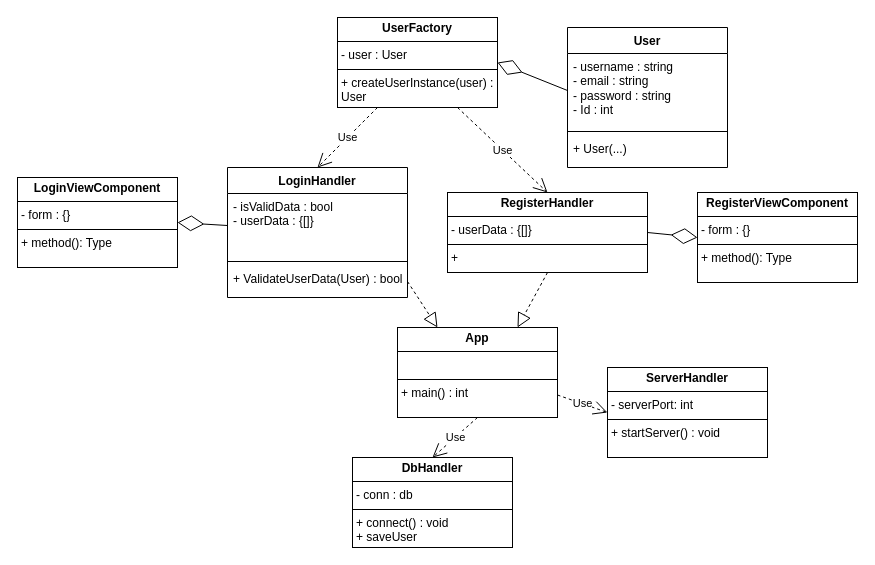
This is diagrams/app.dio from RamadoriVladimir/isft151-pp3-, a draw.io file, before an edit. Source tidied: cells renumbered, new cells numbered last; positions are measured from the earlier drawing's top-left corner, leaving out a move shared by most shapes. Both pictures are drawn from the tidied source at 100%, with x=0, y=0 at pixel (17, 17).
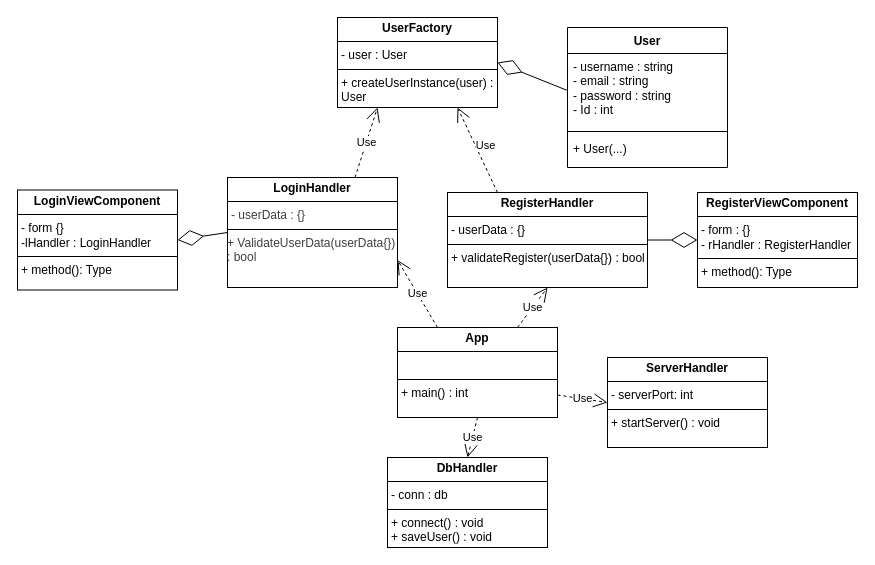
Above is the later version.

Unchanged cells that the change refers to:
```xml
<mxCell id="9" value="&lt;p style=&quot;margin:0px;margin-top:4px;text-align:center;&quot;&gt;&lt;b&gt;App&lt;/b&gt;&lt;/p&gt;&lt;hr size=&quot;1&quot; style=&quot;border-style:solid;&quot;&gt;&lt;p style=&quot;margin:0px;margin-left:4px;&quot;&gt;&lt;br&gt;&lt;/p&gt;&lt;hr size=&quot;1&quot; style=&quot;border-style:solid;&quot;&gt;&lt;p style=&quot;margin:0px;margin-left:4px;&quot;&gt;+ main() : int&lt;span style=&quot;white-space: pre;&quot;&gt;&#9;&lt;/span&gt;&lt;/p&gt;" style="verticalAlign=top;align=left;overflow=fill;html=1;whiteSpace=wrap;" parent="1" vertex="1">
  <mxGeometry x="380" y="310" width="160" height="90" as="geometry" />
</mxCell>
<mxCell id="14" value="&lt;p style=&quot;margin:0px;margin-top:4px;text-align:center;&quot;&gt;&lt;b&gt;UserFactory&lt;/b&gt;&lt;/p&gt;&lt;hr size=&quot;1&quot; style=&quot;border-style:solid;&quot;&gt;&lt;p style=&quot;margin:0px;margin-left:4px;&quot;&gt;- user : User&lt;/p&gt;&lt;hr size=&quot;1&quot; style=&quot;border-style:solid;&quot;&gt;&lt;p style=&quot;margin:0px;margin-left:4px;&quot;&gt;+ createUserInstance(user) : User&lt;/p&gt;" style="verticalAlign=top;align=left;overflow=fill;html=1;whiteSpace=wrap;" parent="1" vertex="1">
  <mxGeometry x="320" width="160" height="90" as="geometry" />
</mxCell>
```

Diff of the diagram source:
```diff
@@
-    <mxCell id="2" value="LoginHandler" style="swimlane;fontStyle=1;align=center;verticalAlign=top;horizontal=1;startSize=26;whiteSpace=wrap;html=1;" parent="1" vertex="1">
-      <mxGeometry x="210" y="150" width="180" height="130" as="geometry" />
-    </mxCell>
-    <mxCell id="3" value="- isValidData : bool&lt;div&gt;- userData : {[]}&lt;/div&gt;" style="text;strokeColor=none;fillColor=none;align=left;verticalAlign=top;spacingLeft=4;spacingRight=4;overflow=hidden;points=[[0,0.5],[1,0.5]];portConstraint=eastwest;whiteSpace=wrap;html=1;" parent="2" vertex="1">
-      <mxGeometry y="26" width="180" height="64" as="geometry" />
-    </mxCell>
-    <mxCell id="4" style="line;strokeWidth=1;fillColor=none;align=left;verticalAlign=middle;spacingTop=-1;spacingLeft=3;spacingRight=3;labelPosition=right;strokeColor=inherit;" parent="2" vertex="1">
-      <mxGeometry y="90" width="180" height="8" as="geometry" />
-    </mxCell>
-    <mxCell id="5" value="&lt;div&gt;&lt;span style=&quot;background-color: transparent;&quot;&gt;+ ValidateUserData(User) : bool&lt;/span&gt;&lt;/div&gt;&lt;div&gt;&lt;br&gt;&lt;/div&gt;" style="text;strokeColor=none;fillColor=none;align=left;verticalAlign=top;spacingLeft=4;spacingRight=4;overflow=hidden;points=[[0,0.5],[1,0.5]];portConstraint=eastwest;whiteSpace=wrap;html=1;" parent="2" vertex="1">
-      <mxGeometry y="98" width="180" height="32" as="geometry" />
-    </mxCell>
-    <mxCell id="6" value="&lt;p style=&quot;margin:0px;margin-top:4px;text-align:center;&quot;&gt;&lt;b&gt;RegisterHandler&lt;/b&gt;&lt;/p&gt;&lt;hr size=&quot;1&quot; style=&quot;border-style:solid;&quot;&gt;&lt;p style=&quot;margin:0px;margin-left:4px;&quot;&gt;- userData : {[]}&lt;/p&gt;&lt;hr size=&quot;1&quot; style=&quot;border-style:solid;&quot;&gt;&lt;p style=&quot;margin:0px;margin-left:4px;&quot;&gt;+&amp;nbsp;&lt;/p&gt;" style="verticalAlign=top;align=left;overflow=fill;html=1;whiteSpace=wrap;" parent="1" vertex="1">
-      <mxGeometry x="430" y="175" width="200" height="80" as="geometry" />
+    <mxCell id="6" value="&lt;p style=&quot;margin:0px;margin-top:4px;text-align:center;&quot;&gt;&lt;b&gt;RegisterHandler&lt;/b&gt;&lt;/p&gt;&lt;hr size=&quot;1&quot; style=&quot;border-style:solid;&quot;&gt;&lt;p style=&quot;margin:0px;margin-left:4px;&quot;&gt;- userData : {}&lt;/p&gt;&lt;hr size=&quot;1&quot; style=&quot;border-style:solid;&quot;&gt;&lt;p style=&quot;margin:0px;margin-left:4px;&quot;&gt;+ validateRegister(userData{}) : bool&lt;/p&gt;" style="verticalAlign=top;align=left;overflow=fill;html=1;whiteSpace=wrap;" parent="1" vertex="1">
+      <mxGeometry x="430" y="175" width="200" height="95" as="geometry" />
     </mxCell>
-    <mxCell id="7" value="&lt;p style=&quot;margin:0px;margin-top:4px;text-align:center;&quot;&gt;&lt;b&gt;RegisterViewComponent&lt;/b&gt;&lt;/p&gt;&lt;hr size=&quot;1&quot; style=&quot;border-style:solid;&quot;&gt;&lt;p style=&quot;margin:0px;margin-left:4px;&quot;&gt;- form : {}&lt;/p&gt;&lt;hr size=&quot;1&quot; style=&quot;border-style:solid;&quot;&gt;&lt;p style=&quot;margin:0px;margin-left:4px;&quot;&gt;+ method(): Type&lt;/p&gt;" style="verticalAlign=top;align=left;overflow=fill;html=1;whiteSpace=wrap;" parent="1" vertex="1">
-      <mxGeometry x="680" y="175" width="160" height="90" as="geometry" />
+    <mxCell id="7" value="&lt;p style=&quot;margin:0px;margin-top:4px;text-align:center;&quot;&gt;&lt;b&gt;RegisterViewComponent&lt;/b&gt;&lt;/p&gt;&lt;hr size=&quot;1&quot; style=&quot;border-style:solid;&quot;&gt;&lt;p style=&quot;margin:0px;margin-left:4px;&quot;&gt;- form : {}&lt;/p&gt;&lt;p style=&quot;margin:0px;margin-left:4px;&quot;&gt;- rHandler : RegisterHandler&lt;/p&gt;&lt;hr size=&quot;1&quot; style=&quot;border-style:solid;&quot;&gt;&lt;p style=&quot;margin:0px;margin-left:4px;&quot;&gt;+ method(): Type&lt;/p&gt;" style="verticalAlign=top;align=left;overflow=fill;html=1;whiteSpace=wrap;" parent="1" vertex="1">
+      <mxGeometry x="680" y="175" width="160" height="95" as="geometry" />
     </mxCell>
-    <mxCell id="8" value="&lt;p style=&quot;margin:0px;margin-top:4px;text-align:center;&quot;&gt;&lt;b&gt;LoginViewComponent&lt;/b&gt;&lt;/p&gt;&lt;hr size=&quot;1&quot; style=&quot;border-style:solid;&quot;&gt;&lt;p style=&quot;margin:0px;margin-left:4px;&quot;&gt;- form : {}&lt;/p&gt;&lt;hr size=&quot;1&quot; style=&quot;border-style:solid;&quot;&gt;&lt;p style=&quot;margin:0px;margin-left:4px;&quot;&gt;+ method(): Type&lt;/p&gt;" style="verticalAlign=top;align=left;overflow=fill;html=1;whiteSpace=wrap;" parent="1" vertex="1">
-      <mxGeometry y="160" width="160" height="90" as="geometry" />
+    <mxCell id="8" value="&lt;p style=&quot;margin:0px;margin-top:4px;text-align:center;&quot;&gt;&lt;b&gt;LoginViewComponent&lt;/b&gt;&lt;/p&gt;&lt;hr size=&quot;1&quot; style=&quot;border-style:solid;&quot;&gt;&lt;p style=&quot;margin:0px;margin-left:4px;&quot;&gt;- form {}&lt;/p&gt;&lt;p style=&quot;margin:0px;margin-left:4px;&quot;&gt;-lHandler : LoginHandler&lt;/p&gt;&lt;hr size=&quot;1&quot; style=&quot;border-style:solid;&quot;&gt;&lt;p style=&quot;margin:0px;margin-left:4px;&quot;&gt;+ method(): Type&lt;/p&gt;" style="verticalAlign=top;align=left;overflow=fill;html=1;whiteSpace=wrap;" parent="1" vertex="1">
+      <mxGeometry y="172.5" width="160" height="100" as="geometry" />
     </mxCell>
@@
-    <mxCell id="10" value="&lt;p style=&quot;margin:0px;margin-top:4px;text-align:center;&quot;&gt;&lt;b&gt;DbHandler&lt;/b&gt;&lt;/p&gt;&lt;hr size=&quot;1&quot; style=&quot;border-style:solid;&quot;&gt;&lt;p style=&quot;margin:0px;margin-left:4px;&quot;&gt;- conn : db&lt;/p&gt;&lt;hr size=&quot;1&quot; style=&quot;border-style:solid;&quot;&gt;&lt;p style=&quot;margin:0px;margin-left:4px;&quot;&gt;+ connect() : void&lt;/p&gt;&lt;p style=&quot;margin:0px;margin-left:4px;&quot;&gt;+ saveUser&lt;/p&gt;" style="verticalAlign=top;align=left;overflow=fill;html=1;whiteSpace=wrap;" parent="1" vertex="1">
-      <mxGeometry x="335" y="440" width="160" height="90" as="geometry" />
+    <mxCell id="10" value="&lt;p style=&quot;margin:0px;margin-top:4px;text-align:center;&quot;&gt;&lt;b&gt;DbHandler&lt;/b&gt;&lt;/p&gt;&lt;hr size=&quot;1&quot; style=&quot;border-style:solid;&quot;&gt;&lt;p style=&quot;margin:0px;margin-left:4px;&quot;&gt;- conn : db&lt;/p&gt;&lt;hr size=&quot;1&quot; style=&quot;border-style:solid;&quot;&gt;&lt;p style=&quot;margin:0px;margin-left:4px;&quot;&gt;+ connect() : void&lt;/p&gt;&lt;p style=&quot;margin:0px;margin-left:4px;&quot;&gt;+ saveUser() : void&lt;/p&gt;" style="verticalAlign=top;align=left;overflow=fill;html=1;whiteSpace=wrap;" parent="1" vertex="1">
+      <mxGeometry x="370" y="440" width="160" height="90" as="geometry" />
     </mxCell>
@@
     <mxCell id="12" value="&lt;p style=&quot;margin:0px;margin-top:4px;text-align:center;&quot;&gt;&lt;b&gt;ServerHandler&lt;/b&gt;&lt;/p&gt;&lt;hr size=&quot;1&quot; style=&quot;border-style:solid;&quot;&gt;&lt;p style=&quot;margin:0px;margin-left:4px;&quot;&gt;- serverPort: int&lt;/p&gt;&lt;hr size=&quot;1&quot; style=&quot;border-style:solid;&quot;&gt;&lt;p style=&quot;margin:0px;margin-left:4px;&quot;&gt;+ startServer() : void&lt;/p&gt;" style="verticalAlign=top;align=left;overflow=fill;html=1;whiteSpace=wrap;" parent="1" vertex="1">
-      <mxGeometry x="590" y="350" width="160" height="90" as="geometry" />
+      <mxGeometry x="590" y="340" width="160" height="90" as="geometry" />
     </mxCell>
@@
-    <mxCell id="20" style="endArrow=block;dashed=1;endFill=0;endSize=12;html=1;exitX=1;exitY=0.5;exitDx=0;exitDy=0;entryX=0.25;entryY=0;entryDx=0;entryDy=0;" parent="1" edge="1" source="5" target="9">
-      <mxGeometry relative="1" as="geometry" />
-    </mxCell>
-    <mxCell id="21" style="endArrow=block;dashed=1;endFill=0;endSize=12;html=1;exitX=0.5;exitY=1;exitDx=0;exitDy=0;entryX=0.75;entryY=0;entryDx=0;entryDy=0;" parent="1" edge="1" source="6" target="9">
-      <mxGeometry relative="1" as="geometry" />
-    </mxCell>
-    <mxCell id="22" style="endArrow=diamondThin;endFill=0;endSize=24;html=1;exitX=1;exitY=0.5;exitDx=0;exitDy=0;entryX=0;entryY=0.5;entryDx=0;entryDy=0;" parent="1" edge="1" source="6" target="7">
-      <mxGeometry relative="1" as="geometry" />
-    </mxCell>
-    <mxCell id="23" value="Use" style="endArrow=open;endSize=12;dashed=1;html=1;exitX=0.75;exitY=1;exitDx=0;exitDy=0;entryX=0.5;entryY=0;entryDx=0;entryDy=0;" parent="1" edge="1" source="14" target="6">
-      <mxGeometry relative="1" as="geometry" />
+    <mxCell id="23" value="Use" style="endArrow=open;endSize=12;dashed=1;html=1;exitX=0.25;exitY=0;exitDx=0;exitDy=0;entryX=0.75;entryY=1;entryDx=0;entryDy=0;" parent="1" edge="1" source="6" target="14">
+      <mxGeometry x="0.02" y="-9" relative="1" as="geometry" />
     </mxCell>
-    <mxCell id="24" value="Use" style="endArrow=open;endSize=12;dashed=1;html=1;exitX=0.25;exitY=1;exitDx=0;exitDy=0;entryX=0.5;entryY=0;entryDx=0;entryDy=0;" parent="1" edge="1" source="14" target="2">
+    <mxCell id="24" value="Use" style="endArrow=open;endSize=12;dashed=1;html=1;exitX=0.75;exitY=0;exitDx=0;exitDy=0;entryX=0.25;entryY=1;entryDx=0;entryDy=0;" parent="1" edge="1" source="28" target="14">
       <mxGeometry relative="1" as="geometry" />
     </mxCell>
-    <mxCell id="25" style="endArrow=diamondThin;endFill=0;endSize=24;html=1;exitX=0;exitY=0.5;exitDx=0;exitDy=0;entryX=1;entryY=0.5;entryDx=0;entryDy=0;" parent="1" edge="1" source="3" target="8">
+    <mxCell id="25" style="endArrow=diamondThin;endFill=0;endSize=24;html=1;entryX=1;entryY=0.5;entryDx=0;entryDy=0;exitX=0;exitY=0.5;exitDx=0;exitDy=0;" parent="1" edge="1" source="28" target="8">
       <mxGeometry relative="1" as="geometry" />
     </mxCell>
+    <mxCell id="26" value="Use" style="endArrow=open;endSize=12;dashed=1;html=1;exitX=0.25;exitY=0;exitDx=0;exitDy=0;entryX=1;entryY=0.75;entryDx=0;entryDy=0;" parent="1" edge="1" source="9" target="28">
+      <mxGeometry relative="1" as="geometry" />
+    </mxCell>
+    <mxCell id="27" value="Use" style="endArrow=open;endSize=12;dashed=1;html=1;entryX=0.5;entryY=1;entryDx=0;entryDy=0;exitX=0.75;exitY=0;exitDx=0;exitDy=0;" parent="1" edge="1" source="9" target="6">
+      <mxGeometry relative="1" as="geometry" />
+    </mxCell>
+    <mxCell id="22" style="endArrow=diamondThin;endFill=0;endSize=24;html=1;exitX=1;exitY=0.5;exitDx=0;exitDy=0;entryX=0;entryY=0.5;entryDx=0;entryDy=0;" parent="1" edge="1" source="6" target="7">
+      <mxGeometry relative="1" as="geometry" />
+    </mxCell>
+    <mxCell id="28" value="&lt;p style=&quot;margin:0px;margin-top:4px;text-align:center;&quot;&gt;&lt;b&gt;LoginHandler&lt;/b&gt;&lt;/p&gt;&lt;hr size=&quot;1&quot; style=&quot;border-style:solid;&quot;&gt;&lt;p style=&quot;margin:0px;margin-left:4px;&quot;&gt;&lt;span style=&quot;color: rgb(63, 63, 63); background-color: rgb(255, 255, 255);&quot;&gt;- userData : {}&lt;/span&gt;&lt;/p&gt;&lt;hr size=&quot;1&quot; style=&quot;border-style:solid;&quot;&gt;&lt;div style=&quot;color: rgb(63, 63, 63); scrollbar-color: rgb(226, 226, 226) rgb(251, 251, 251);&quot;&gt;&lt;span style=&quot;color: rgb(63, 63, 63); scrollbar-color: rgb(226, 226, 226) rgb(251, 251, 251); background-color: transparent;&quot;&gt;+ ValidateUserData(userData{}) : bool&lt;/span&gt;&lt;/div&gt;&lt;div style=&quot;color: rgb(63, 63, 63); scrollbar-color: rgb(226, 226, 226) rgb(251, 251, 251);&quot;&gt;&lt;br style=&quot;color: rgb(63, 63, 63); scrollbar-color: rgb(226, 226, 226) rgb(251, 251, 251);&quot;&gt;&lt;/div&gt;" style="verticalAlign=top;align=left;overflow=fill;html=1;whiteSpace=wrap;" parent="1" vertex="1">
+      <mxGeometry x="210" y="160" width="170" height="110" as="geometry" />
+    </mxCell>
```
